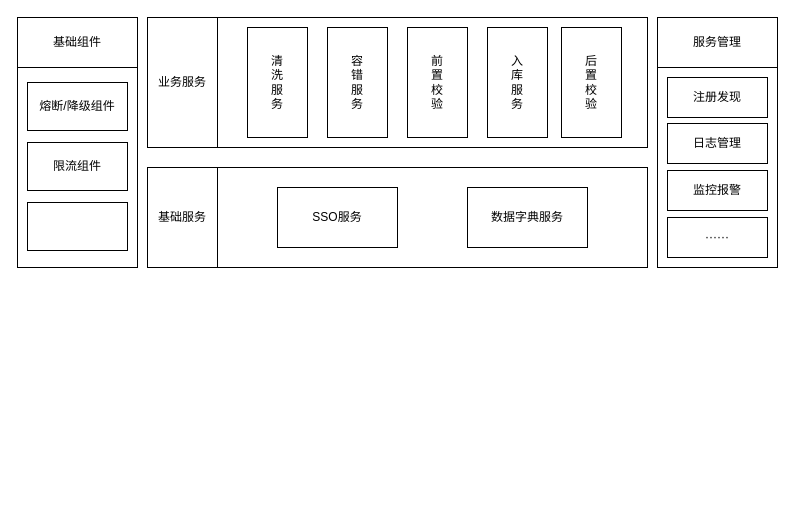
Earlier version of the draw.io diagram Untitled Diagram.drawio (smileLuckBoy/drowio). Source tidied: cells renumbered, new cells numbered last; positions are measured from the earlier drawing's top-left corner, leaving out a move shared by most shapes. Both pictures are drawn from the tidied source at 100%, with x=0, y=0 at pixel (17, 17).
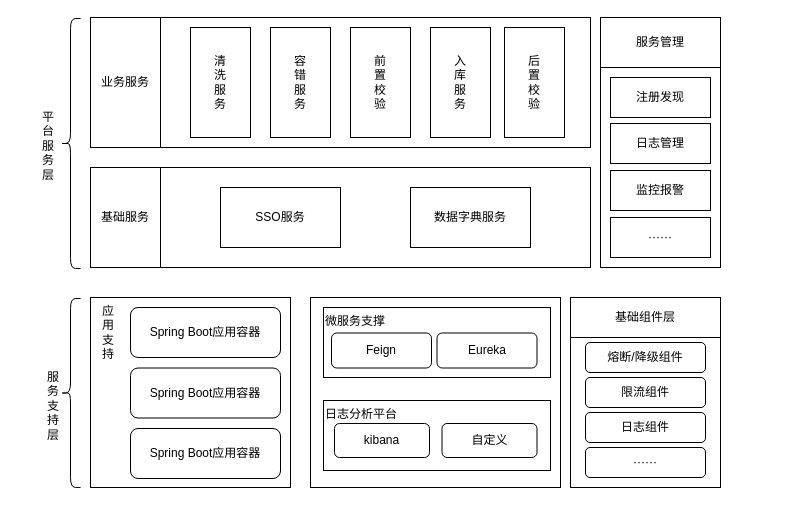
After the change.

Change to the diagram source:
```diff
@@
+    <mxCell id="26" value="平&lt;br&gt;台&lt;br&gt;服&lt;br&gt;务&lt;br&gt;层" style="text;html=1;align=left;verticalAlign=top;spacingTop=-4;" parent="1" vertex="1">
+      <mxGeometry x="23" y="90" width="30" height="70" as="geometry" />
+    </mxCell>
+    <mxCell id="27" value="服&lt;br&gt;务&lt;br&gt;支&lt;br&gt;持&lt;br&gt;层" style="text;html=1;align=left;verticalAlign=top;spacingTop=-4;" parent="1" vertex="1">
+      <mxGeometry x="28" y="350" width="30" height="70" as="geometry" />
+    </mxCell>
+    <mxCell id="28" style="group;" parent="1" vertex="1">
+      <mxGeometry x="43" width="660" height="251" as="geometry" />
+    </mxCell>
-    <mxCell id="2" style="group;" parent="1" vertex="1">
-      <mxGeometry x="130" width="500" height="130" as="geometry" />
+    <mxCell id="2" style="group;" parent="28" vertex="1">
+      <mxGeometry x="30" width="500" height="130" as="geometry" />
     </mxCell>
@@
-    <mxCell id="10" style="group;" parent="1" vertex="1">
-      <mxGeometry x="130" y="150" width="500" height="100" as="geometry" />
+    <mxCell id="10" style="group;" parent="28" vertex="1">
+      <mxGeometry x="30" y="150" width="500" height="100" as="geometry" />
     </mxCell>
@@
+    <mxCell id="29" style="shape=curlyBracket;whiteSpace=wrap;html=1;rounded=1;" parent="28" vertex="1">
+      <mxGeometry y="1" width="20" height="250" as="geometry" />
+    </mxCell>
+    <mxCell id="30" style="group;" parent="28" vertex="1">
+      <mxGeometry x="540" width="120" height="250" as="geometry" />
+    </mxCell>
-    <mxCell id="15" style="rounded=0;whiteSpace=wrap;html=1;" parent="1" vertex="1">
-      <mxGeometry x="640" width="120" height="250" as="geometry" />
+    <mxCell id="15" style="rounded=0;whiteSpace=wrap;html=1;" parent="30" vertex="1">
+      <mxGeometry width="120" height="250" as="geometry" />
     </mxCell>
-    <mxCell id="16" value="服务管理" style="rounded=0;whiteSpace=wrap;html=1;" parent="1" vertex="1">
-      <mxGeometry x="640" width="120" height="50" as="geometry" />
+    <mxCell id="16" value="服务管理" style="rounded=0;whiteSpace=wrap;html=1;" parent="30" vertex="1">
+      <mxGeometry width="120" height="50" as="geometry" />
     </mxCell>
-    <mxCell id="17" value="注册发现" style="rounded=0;whiteSpace=wrap;html=1;" parent="1" vertex="1">
-      <mxGeometry x="650" y="60" width="100" height="40" as="geometry" />
+    <mxCell id="17" value="注册发现" style="rounded=0;whiteSpace=wrap;html=1;" parent="30" vertex="1">
+      <mxGeometry x="10" y="60" width="100" height="40" as="geometry" />
     </mxCell>
-    <mxCell id="18" value="日志管理" style="rounded=0;whiteSpace=wrap;html=1;" parent="1" vertex="1">
-      <mxGeometry x="650" y="106" width="100" height="40" as="geometry" />
+    <mxCell id="18" value="日志管理" style="rounded=0;whiteSpace=wrap;html=1;" parent="30" vertex="1">
+      <mxGeometry x="10" y="106" width="100" height="40" as="geometry" />
     </mxCell>
-    <mxCell id="19" value="监控报警" style="rounded=0;whiteSpace=wrap;html=1;" parent="1" vertex="1">
-      <mxGeometry x="650" y="153" width="100" height="40" as="geometry" />
+    <mxCell id="19" value="监控报警" style="rounded=0;whiteSpace=wrap;html=1;" parent="30" vertex="1">
+      <mxGeometry x="10" y="153" width="100" height="40" as="geometry" />
     </mxCell>
-    <mxCell id="20" style="rounded=0;whiteSpace=wrap;html=1;" parent="1" vertex="1">
-      <mxGeometry width="120" height="250" as="geometry" />
-    </mxCell>
-    <mxCell id="21" value="基础组件" style="rounded=0;whiteSpace=wrap;html=1;" parent="1" vertex="1">
-      <mxGeometry width="120" height="50" as="geometry" />
-    </mxCell>
+    <mxCell id="25" value="······" style="rounded=0;whiteSpace=wrap;html=1;" parent="30" vertex="1">
+      <mxGeometry x="10" y="200" width="100" height="40" as="geometry" />
+    </mxCell>
+    <mxCell id="31" style="group;" parent="1" vertex="1">
+      <mxGeometry x="43" y="280" width="660" height="190" as="geometry" />
+    </mxCell>
+    <mxCell id="32" style="shape=curlyBracket;whiteSpace=wrap;html=1;rounded=1;align=center;" parent="31" vertex="1">
+      <mxGeometry y="1" width="20" height="189" as="geometry" />
+    </mxCell>
+    <mxCell id="33" style="group;" parent="31" vertex="1">
+      <mxGeometry x="510" width="150" height="190" as="geometry" />
+    </mxCell>
+    <mxCell id="34" style="rounded=0;whiteSpace=wrap;html=1;" parent="33" vertex="1">
+      <mxGeometry width="150" height="190" as="geometry" />
+    </mxCell>
+    <mxCell id="35" value="基础组件层" style="rounded=0;whiteSpace=wrap;html=1;" parent="33" vertex="1">
+      <mxGeometry width="150" height="40" as="geometry" />
+    </mxCell>
-    <mxCell id="22" value="熔断/降级组件" style="rounded=0;whiteSpace=wrap;html=1;" parent="1" vertex="1">
-      <mxGeometry x="10" y="65" width="100" height="48" as="geometry" />
+    <mxCell id="22" value="熔断/降级组件" style="rounded=1;whiteSpace=wrap;html=1;align=center;" parent="33" vertex="1">
+      <mxGeometry x="15" y="45" width="120" height="30" as="geometry" />
     </mxCell>
-    <mxCell id="23" value="限流组件" style="rounded=0;whiteSpace=wrap;html=1;" parent="1" vertex="1">
-      <mxGeometry x="10" y="125" width="100" height="48" as="geometry" />
+    <mxCell id="23" value="限流组件" style="rounded=1;whiteSpace=wrap;html=1;align=center;" parent="33" vertex="1">
+      <mxGeometry x="15" y="80" width="120" height="30" as="geometry" />
     </mxCell>
-    <mxCell id="24" style="rounded=0;whiteSpace=wrap;html=1;" parent="1" vertex="1">
-      <mxGeometry x="10" y="185" width="100" height="48" as="geometry" />
-    </mxCell>
-    <mxCell id="25" value="······" style="rounded=0;whiteSpace=wrap;html=1;" parent="1" vertex="1">
-      <mxGeometry x="650" y="200" width="100" height="40" as="geometry" />
-    </mxCell>
+    <mxCell id="36" value="日志组件" style="rounded=1;whiteSpace=wrap;html=1;align=center;" parent="33" vertex="1">
+      <mxGeometry x="15" y="115" width="120" height="30" as="geometry" />
+    </mxCell>
+    <mxCell id="37" value="······" style="rounded=1;whiteSpace=wrap;html=1;align=center;" parent="33" vertex="1">
+      <mxGeometry x="15" y="150" width="120" height="30" as="geometry" />
+    </mxCell>
+    <mxCell id="38" style="group;" parent="31" vertex="1">
+      <mxGeometry x="250" width="250" height="190" as="geometry" />
+    </mxCell>
+    <mxCell id="39" style="rounded=0;whiteSpace=wrap;html=1;" parent="38" vertex="1">
+      <mxGeometry width="250" height="190" as="geometry" />
+    </mxCell>
+    <mxCell id="40" value="微服务支撑" style="rounded=0;whiteSpace=wrap;html=1;align=left;horizontal=1;verticalAlign=top;" parent="38" vertex="1">
+      <mxGeometry x="13" y="10" width="227" height="70" as="geometry" />
+    </mxCell>
+    <mxCell id="41" value="日志分析平台" style="rounded=0;whiteSpace=wrap;html=1;align=left;verticalAlign=top;" parent="38" vertex="1">
+      <mxGeometry x="13" y="103" width="227" height="70" as="geometry" />
+    </mxCell>
+    <mxCell id="42" value="Feign" style="rounded=1;whiteSpace=wrap;html=1;align=center;" parent="38" vertex="1">
+      <mxGeometry x="21" y="35.5" width="100" height="35" as="geometry" />
+    </mxCell>
+    <mxCell id="43" value="Eureka" style="rounded=1;whiteSpace=wrap;html=1;align=center;" parent="38" vertex="1">
+      <mxGeometry x="126.5" y="35.5" width="100" height="35" as="geometry" />
+    </mxCell>
+    <mxCell id="44" value="kibana" style="rounded=1;whiteSpace=wrap;html=1;align=center;" parent="38" vertex="1">
+      <mxGeometry x="24" y="126" width="95" height="34" as="geometry" />
+    </mxCell>
+    <mxCell id="45" value="自定义" style="rounded=1;whiteSpace=wrap;html=1;align=center;" parent="38" vertex="1">
+      <mxGeometry x="131.5" y="126" width="95" height="34" as="geometry" />
+    </mxCell>
+    <mxCell id="46" style="group;" parent="31" vertex="1">
+      <mxGeometry x="30" width="200" height="190" as="geometry" />
+    </mxCell>
+    <mxCell id="47" value="应&lt;br&gt;用&lt;br&gt;支&lt;br&gt;持" style="rounded=0;whiteSpace=wrap;html=1;align=left;verticalAlign=top;horizontal=1;spacingLeft=10;" parent="46" vertex="1">
+      <mxGeometry width="200" height="190" as="geometry" />
+    </mxCell>
+    <mxCell id="48" value="Spring Boot应用容器" style="rounded=1;whiteSpace=wrap;html=1;align=center;verticalAlign=middle;" parent="46" vertex="1">
+      <mxGeometry x="40" y="10" width="150" height="50" as="geometry" />
+    </mxCell>
+    <mxCell id="49" value="Spring Boot应用容器" style="rounded=1;whiteSpace=wrap;html=1;align=center;verticalAlign=middle;" parent="46" vertex="1">
+      <mxGeometry x="40" y="70.5" width="150" height="50" as="geometry" />
+    </mxCell>
+    <mxCell id="50" value="Spring Boot应用容器" style="rounded=1;whiteSpace=wrap;html=1;align=center;verticalAlign=middle;" parent="46" vertex="1">
+      <mxGeometry x="40" y="131" width="150" height="50" as="geometry" />
+    </mxCell>
```
